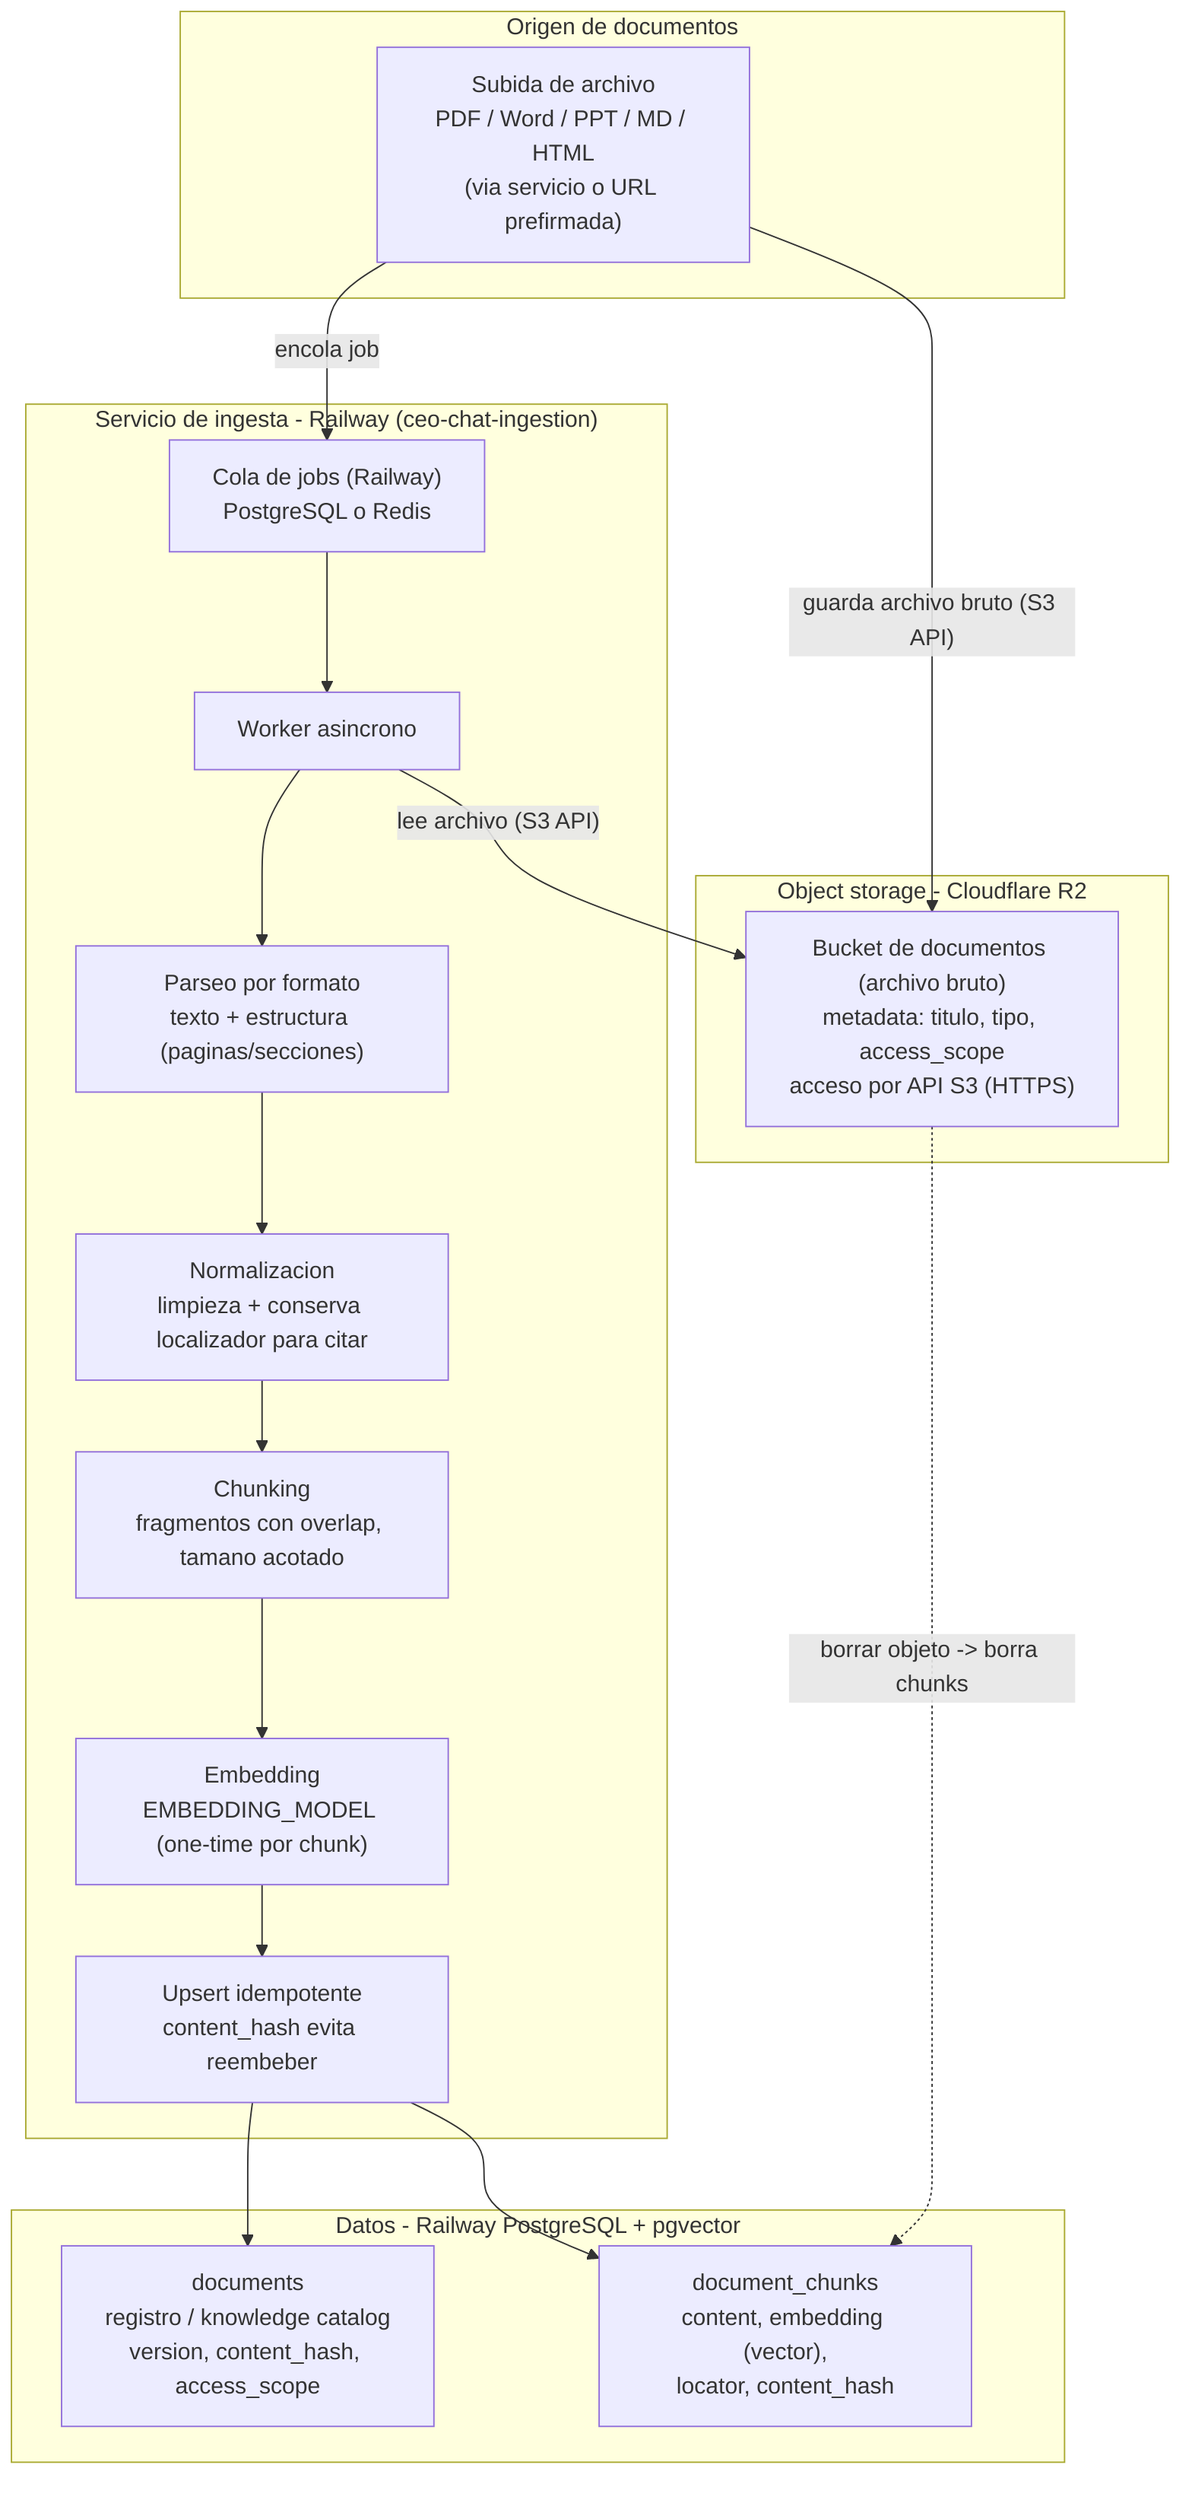
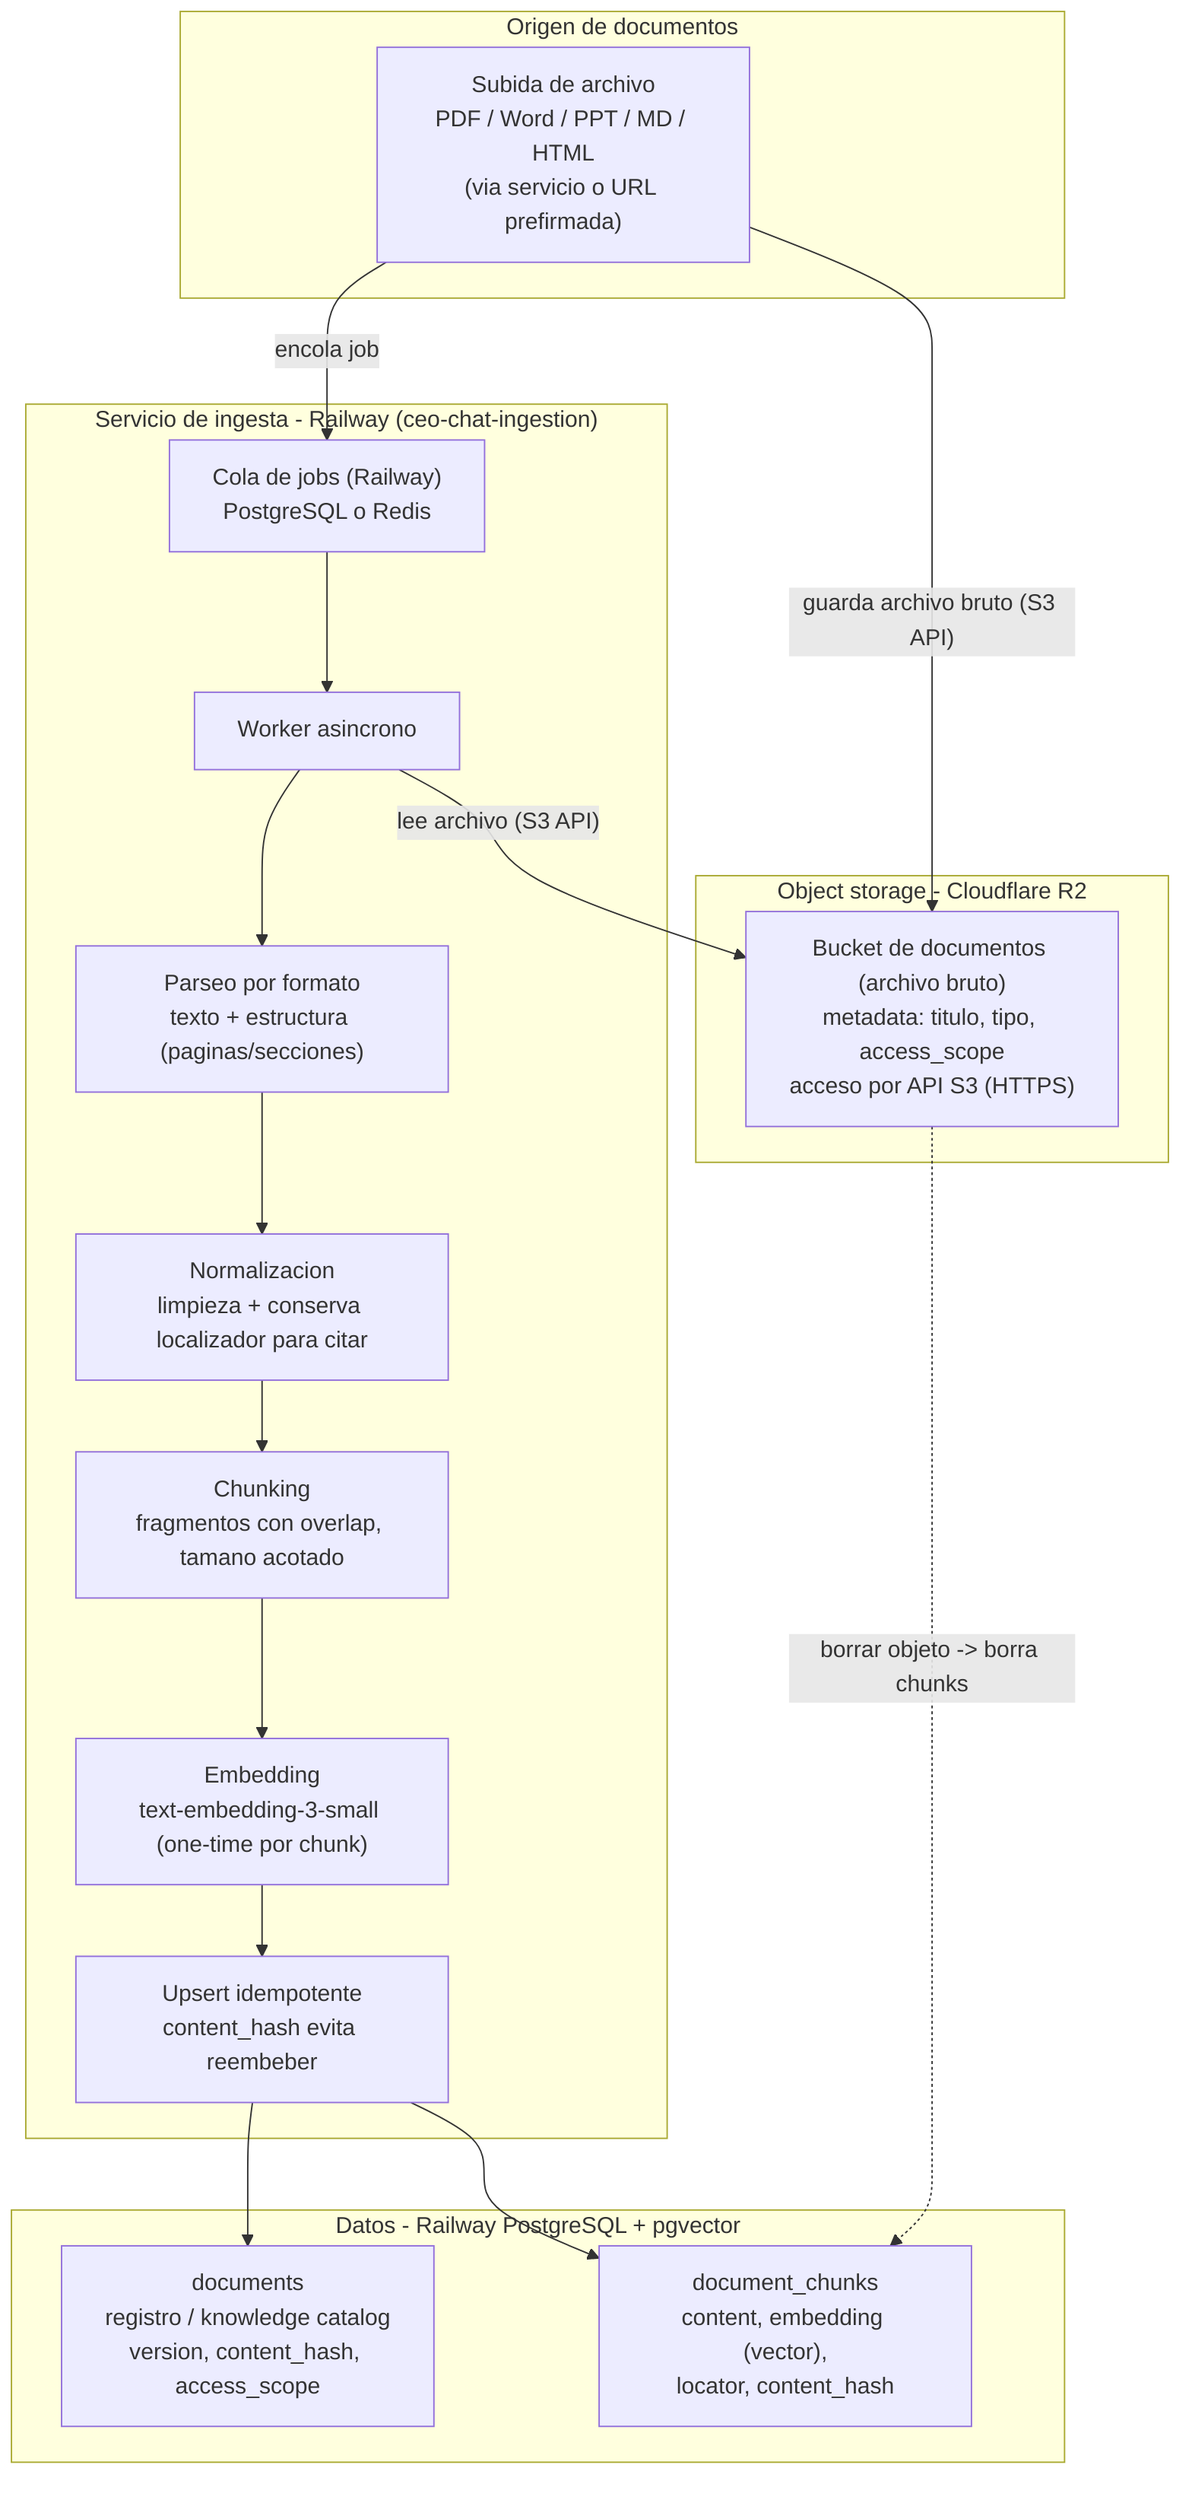
%% Pipeline de ingesta RAG automatizada (ADR-0008).
%% Archivo bruto en Cloudflare R2 (API S3, sin bindings). Cola/trigger interna de Railway
%% (NO Cloudflare Queues). Embeddings en pgvector. La ingesta corre fuera del hot path.
flowchart TD
  subgraph source["Origen de documentos"]
    Upload["Subida de archivo\nPDF / Word / PPT / MD / HTML\n(via servicio o URL prefirmada)"]
  end

  subgraph storage["Object storage - Cloudflare R2"]
    R2["Bucket de documentos (archivo bruto)\nmetadata: titulo, tipo, access_scope\nacceso por API S3 (HTTPS)"]
  end

  subgraph ingestion["Servicio de ingesta - Railway (ceo-chat-ingestion)"]
    Queue["Cola de jobs (Railway)\nPostgreSQL o Redis"]
    Worker["Worker asincrono"]
    Parse["Parseo por formato\ntexto + estructura (paginas/secciones)"]
    Normalize["Normalizacion\nlimpieza + conserva localizador para citar"]
    Chunk["Chunking\nfragmentos con overlap, tamano acotado"]
-     Embed["Embedding\nEMBEDDING_MODEL (one-time por chunk)"]
+     Embed["Embedding\ntext-embedding-3-small (one-time por chunk)"]
    Upsert["Upsert idempotente\ncontent_hash evita reembeber"]
  end

  subgraph data["Datos - Railway PostgreSQL + pgvector"]
    Documents["documents\nregistro / knowledge catalog\nversion, content_hash, access_scope"]
    Chunks["document_chunks\ncontent, embedding (vector),\nlocator, content_hash"]
  end

  Upload -->|"guarda archivo bruto (S3 API)"| R2
  Upload -->|"encola job"| Queue
  Queue --> Worker
  Worker -->|"lee archivo (S3 API)"| R2
  Worker --> Parse
  Parse --> Normalize
  Normalize --> Chunk
  Chunk --> Embed
  Embed --> Upsert
  Upsert --> Documents
  Upsert --> Chunks
  R2 -. "borrar objeto -> borra chunks" .-> Chunks
